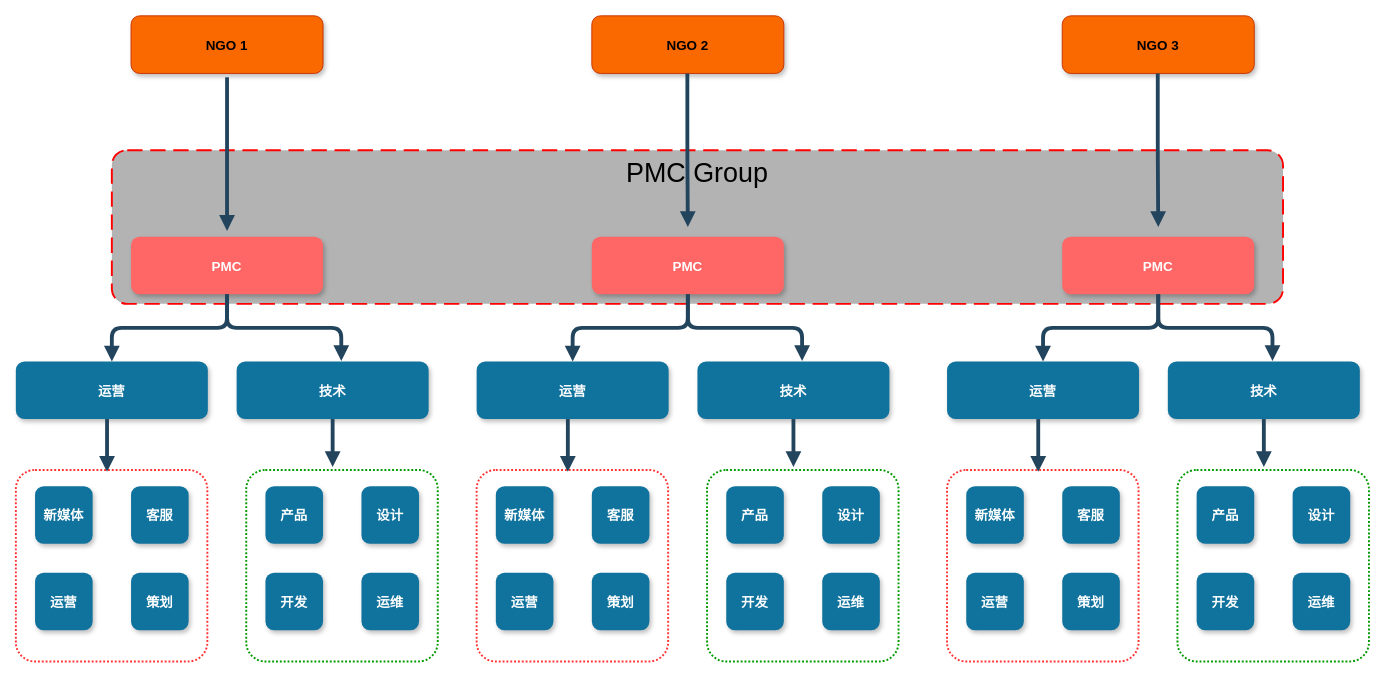
Before: bbhj/mgmt.drawio in airdb/drawio, a draw.io diagram. Source tidied: cells renumbered, new cells numbered last; positions are measured from the earlier drawing's top-left corner, leaving out a move shared by most shapes. Both pictures are drawn from the tidied source at 96%, with x=0, y=0 at pixel (15, 15).
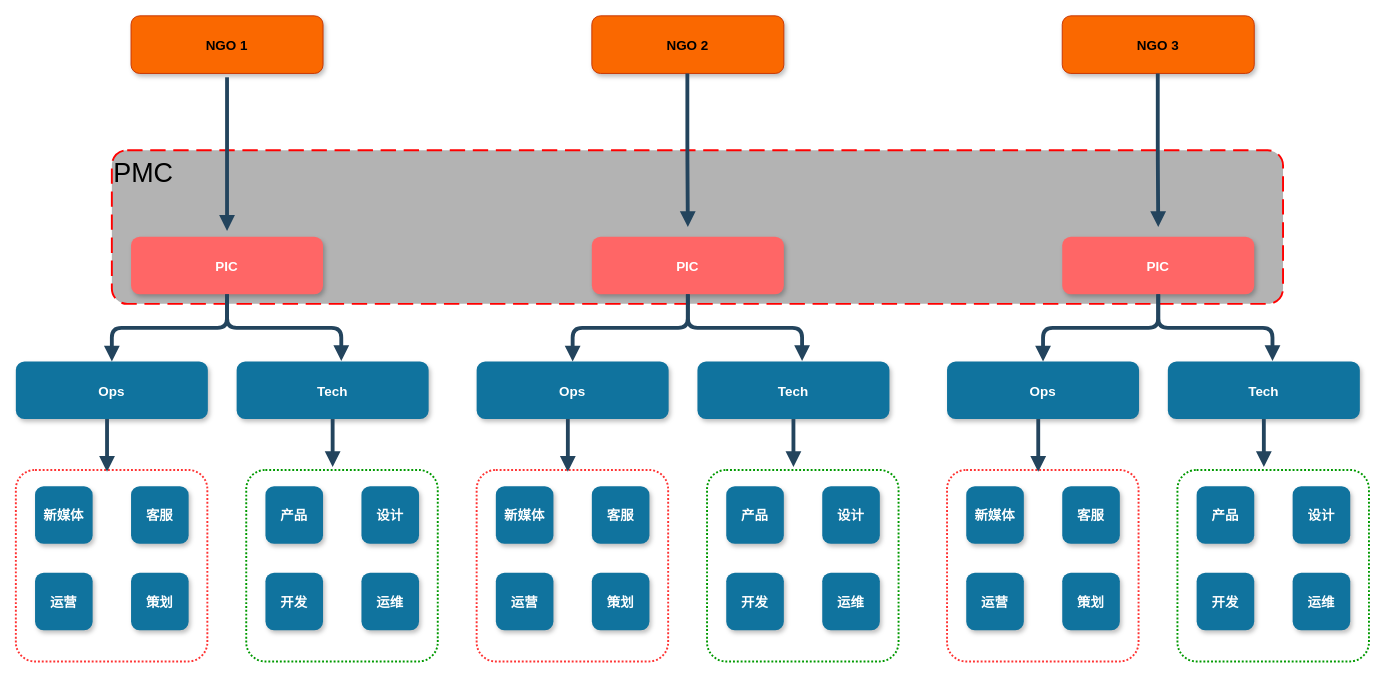
Above is the later version.

Change to the diagram source:
```diff
@@
-    <mxCell id="2" value="PMC Group" style="rounded=1;arcSize=10;dashed=1;strokeColor=#ff0000;fillColor=#B3B3B3;gradientColor=none;dashPattern=8 4;strokeWidth=2;verticalAlign=top;fontSize=28;" parent="1" vertex="1">
+    <mxCell id="2" value="PMC" style="rounded=1;arcSize=10;dashed=1;strokeColor=#ff0000;fillColor=#B3B3B3;gradientColor=none;dashPattern=8 4;strokeWidth=2;verticalAlign=top;fontSize=28;align=left;" parent="1" vertex="1">
       <mxGeometry x="100" y="140" width="1220" height="160" as="geometry" />
     </mxCell>
@@
-    <mxCell id="5" value="PMC" style="rounded=1;fillColor=#FF6666;strokeColor=none;shadow=1;gradientColor=none;fontStyle=1;fontColor=#FFFFFF;fontSize=14;" parent="1" vertex="1">
+    <mxCell id="5" value="PIC" style="rounded=1;fillColor=#FF6666;strokeColor=none;shadow=1;gradientColor=none;fontStyle=1;fontColor=#FFFFFF;fontSize=14;" parent="1" vertex="1">
       <mxGeometry x="120" y="230" width="200" height="60" as="geometry" />
     </mxCell>
-    <mxCell id="6" value="运营" style="rounded=1;fillColor=#10739E;strokeColor=none;shadow=1;gradientColor=none;fontStyle=1;fontColor=#FFFFFF;fontSize=14;" parent="1" vertex="1">
+    <mxCell id="6" value="Ops" style="rounded=1;fillColor=#10739E;strokeColor=none;shadow=1;gradientColor=none;fontStyle=1;fontColor=#FFFFFF;fontSize=14;" parent="1" vertex="1">
       <mxGeometry y="360" width="200" height="60" as="geometry" />
     </mxCell>
@@
-    <mxCell id="10" value="技术" style="rounded=1;fillColor=#10739E;strokeColor=none;shadow=1;gradientColor=none;fontStyle=1;fontColor=#FFFFFF;fontSize=14;" parent="1" vertex="1">
+    <mxCell id="10" value="Tech" style="rounded=1;fillColor=#10739E;strokeColor=none;shadow=1;gradientColor=none;fontStyle=1;fontColor=#FFFFFF;fontSize=14;" parent="1" vertex="1">
       <mxGeometry x="230" y="360" width="200" height="60" as="geometry" />
     </mxCell>
@@
-    <mxCell id="24" value="PMC" style="rounded=1;fillColor=#FF6666;strokeColor=none;shadow=1;gradientColor=none;fontStyle=1;fontColor=#FFFFFF;fontSize=14;" parent="1" vertex="1">
+    <mxCell id="24" value="PIC" style="rounded=1;fillColor=#FF6666;strokeColor=none;shadow=1;gradientColor=none;fontStyle=1;fontColor=#FFFFFF;fontSize=14;" parent="1" vertex="1">
       <mxGeometry x="600" y="230" width="200" height="60" as="geometry" />
     </mxCell>
-    <mxCell id="25" value="运营" style="rounded=1;fillColor=#10739E;strokeColor=none;shadow=1;gradientColor=none;fontStyle=1;fontColor=#FFFFFF;fontSize=14;" parent="1" vertex="1">
+    <mxCell id="25" value="Ops" style="rounded=1;fillColor=#10739E;strokeColor=none;shadow=1;gradientColor=none;fontStyle=1;fontColor=#FFFFFF;fontSize=14;" parent="1" vertex="1">
       <mxGeometry x="480" y="360" width="200" height="60" as="geometry" />
     </mxCell>
@@
-    <mxCell id="29" value="技术" style="rounded=1;fillColor=#10739E;strokeColor=none;shadow=1;gradientColor=none;fontStyle=1;fontColor=#FFFFFF;fontSize=14;" parent="1" vertex="1">
+    <mxCell id="29" value="Tech" style="rounded=1;fillColor=#10739E;strokeColor=none;shadow=1;gradientColor=none;fontStyle=1;fontColor=#FFFFFF;fontSize=14;" parent="1" vertex="1">
       <mxGeometry x="710" y="360" width="200" height="60" as="geometry" />
     </mxCell>
@@
-    <mxCell id="41" value="PMC" style="rounded=1;fillColor=#FF6666;strokeColor=none;shadow=1;gradientColor=none;fontStyle=1;fontColor=#FFFFFF;fontSize=14;" parent="1" vertex="1">
+    <mxCell id="41" value="PIC" style="rounded=1;fillColor=#FF6666;strokeColor=none;shadow=1;gradientColor=none;fontStyle=1;fontColor=#FFFFFF;fontSize=14;" parent="1" vertex="1">
       <mxGeometry x="1090" y="230" width="200" height="60" as="geometry" />
     </mxCell>
-    <mxCell id="42" value="运营" style="rounded=1;fillColor=#10739E;strokeColor=none;shadow=1;gradientColor=none;fontStyle=1;fontColor=#FFFFFF;fontSize=14;" parent="1" vertex="1">
+    <mxCell id="42" value="Ops" style="rounded=1;fillColor=#10739E;strokeColor=none;shadow=1;gradientColor=none;fontStyle=1;fontColor=#FFFFFF;fontSize=14;" parent="1" vertex="1">
       <mxGeometry x="970" y="360" width="200" height="60" as="geometry" />
     </mxCell>
@@
-    <mxCell id="46" value="技术" style="rounded=1;fillColor=#10739E;strokeColor=none;shadow=1;gradientColor=none;fontStyle=1;fontColor=#FFFFFF;fontSize=14;" parent="1" vertex="1">
+    <mxCell id="46" value="Tech" style="rounded=1;fillColor=#10739E;strokeColor=none;shadow=1;gradientColor=none;fontStyle=1;fontColor=#FFFFFF;fontSize=14;" parent="1" vertex="1">
       <mxGeometry x="1200" y="360" width="200" height="60" as="geometry" />
     </mxCell>
```
